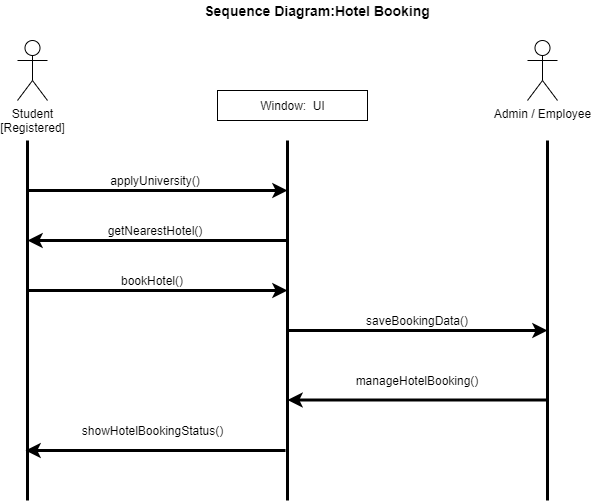
Before: sequence_diagram(Hotel Booking).png, a diagram exported from draw.io (SabiulSabit/UML-Diagram-For-Project). Source tidied: cells renumbered, new cells last; positions are measured from the earlier drawing's top-left corner, leaving out a move shared by most shapes. Source of this version:
```xml
<mxGraphModel>
  <root>
    <mxCell id="0" />
    <mxCell id="1" parent="0" />
    <mxCell id="2" style="endArrow=none;html=1;strokeWidth=3;" parent="1" edge="1">
      <mxGeometry relative="1" as="geometry">
        <mxPoint x="10" y="500" as="sourcePoint" />
        <mxPoint x="10" y="140" as="targetPoint" />
      </mxGeometry>
    </mxCell>
    <mxCell id="3" style="endArrow=none;html=1;strokeWidth=3;" parent="1" edge="1">
      <mxGeometry relative="1" as="geometry">
        <mxPoint x="270" y="500" as="sourcePoint" />
        <mxPoint x="270" y="140" as="targetPoint" />
      </mxGeometry>
    </mxCell>
    <mxCell id="4" style="endArrow=none;html=1;strokeWidth=3;" parent="1" edge="1">
      <mxGeometry relative="1" as="geometry">
        <mxPoint x="530" y="500" as="sourcePoint" />
        <mxPoint x="530" y="140" as="targetPoint" />
      </mxGeometry>
    </mxCell>
    <mxCell id="5" value="Student&lt;br&gt;[Registered]" style="shape=umlActor;verticalLabelPosition=bottom;labelBackgroundColor=#ffffff;verticalAlign=top;html=1;" parent="1" vertex="1">
      <mxGeometry y="40" width="30" height="60" as="geometry" />
    </mxCell>
    <mxCell id="6" style="endArrow=classic;html=1;strokeWidth=3;" parent="1" edge="1">
      <mxGeometry relative="1" as="geometry">
        <mxPoint x="10" y="190" as="sourcePoint" />
        <mxPoint x="270" y="190" as="targetPoint" />
      </mxGeometry>
    </mxCell>
    <mxCell id="7" style="endArrow=classic;html=1;strokeWidth=3;" parent="1" edge="1">
      <mxGeometry relative="1" as="geometry">
        <mxPoint x="270" y="240" as="sourcePoint" />
        <mxPoint x="10" y="240" as="targetPoint" />
      </mxGeometry>
    </mxCell>
    <mxCell id="8" value="getNearestHotel()" style="text;html=1;strokeColor=none;fillColor=none;align=center;verticalAlign=middle;whiteSpace=wrap;rounded=0;" parent="1" vertex="1">
      <mxGeometry x="68" y="220" width="140" height="20" as="geometry" />
    </mxCell>
    <mxCell id="9" value="Admin / Employee" style="shape=umlActor;verticalLabelPosition=bottom;labelBackgroundColor=#ffffff;verticalAlign=top;html=1;" parent="1" vertex="1">
      <mxGeometry x="510" y="40" width="30" height="60" as="geometry" />
    </mxCell>
    <mxCell id="10" style="endArrow=classic;html=1;strokeWidth=3;" parent="1" edge="1">
      <mxGeometry relative="1" as="geometry">
        <mxPoint x="270" y="330" as="sourcePoint" />
        <mxPoint x="530" y="330" as="targetPoint" />
      </mxGeometry>
    </mxCell>
    <mxCell id="11" value="saveBookingData()" style="text;html=1;strokeColor=none;fillColor=none;align=center;verticalAlign=middle;whiteSpace=wrap;rounded=0;" parent="1" vertex="1">
      <mxGeometry x="335" y="310" width="130" height="20" as="geometry" />
    </mxCell>
    <mxCell id="12" value="manageHotelBooking()" style="text;html=1;strokeColor=none;fillColor=none;align=center;verticalAlign=middle;whiteSpace=wrap;rounded=0;" parent="1" vertex="1">
      <mxGeometry x="335" y="370" width="130" height="20" as="geometry" />
    </mxCell>
    <mxCell id="13" style="endArrow=classic;html=1;strokeWidth=3;" parent="1" edge="1">
      <mxGeometry relative="1" as="geometry">
        <mxPoint x="268" y="450" as="sourcePoint" />
        <mxPoint x="8" y="450" as="targetPoint" />
      </mxGeometry>
    </mxCell>
    <mxCell id="14" value="showHotelBookingStatus()" style="text;html=1;strokeColor=none;fillColor=none;align=center;verticalAlign=middle;whiteSpace=wrap;rounded=0;" parent="1" vertex="1">
      <mxGeometry x="63" y="420" width="145" height="20" as="geometry" />
    </mxCell>
    <mxCell id="15" style="rounded=0;whiteSpace=wrap;html=1;" parent="1" vertex="1">
      <mxGeometry x="200" y="90" width="150" height="30" as="geometry" />
    </mxCell>
    <mxCell id="16" value="Window:&amp;nbsp; UI" style="text;html=1;strokeColor=none;fillColor=none;align=center;verticalAlign=middle;whiteSpace=wrap;rounded=0;" parent="1" vertex="1">
      <mxGeometry x="232.5" y="95" width="85" height="20" as="geometry" />
    </mxCell>
    <mxCell id="17" value="&lt;font style=&quot;font-size: 14px&quot;&gt;&lt;b&gt;Sequence Diagram:Hotel Booking&lt;/b&gt;&lt;/font&gt;" style="text;html=1;strokeColor=none;fillColor=none;align=center;verticalAlign=middle;whiteSpace=wrap;rounded=0;" parent="1" vertex="1">
      <mxGeometry x="170" width="260" height="20" as="geometry" />
    </mxCell>
    <mxCell id="18" value="applyUniversity()" style="text;html=1;strokeColor=none;fillColor=none;align=center;verticalAlign=middle;whiteSpace=wrap;rounded=0;" parent="1" vertex="1">
      <mxGeometry x="68" y="170" width="140" height="20" as="geometry" />
    </mxCell>
    <mxCell id="19" style="endArrow=classic;html=1;strokeWidth=3;" parent="1" edge="1">
      <mxGeometry relative="1" as="geometry">
        <mxPoint x="10" y="290" as="sourcePoint" />
        <mxPoint x="270" y="290" as="targetPoint" />
      </mxGeometry>
    </mxCell>
    <mxCell id="20" value="bookHotel()" style="text;html=1;strokeColor=none;fillColor=none;align=center;verticalAlign=middle;whiteSpace=wrap;rounded=0;" parent="1" vertex="1">
      <mxGeometry x="105" y="270" width="60" height="20" as="geometry" />
    </mxCell>
    <mxCell id="21" style="endArrow=classic;html=1;strokeWidth=3;" parent="1" edge="1">
      <mxGeometry relative="1" as="geometry">
        <mxPoint x="530" y="399.5" as="sourcePoint" />
        <mxPoint x="270" y="399.5" as="targetPoint" />
      </mxGeometry>
    </mxCell>
  </root>
</mxGraphModel>
```
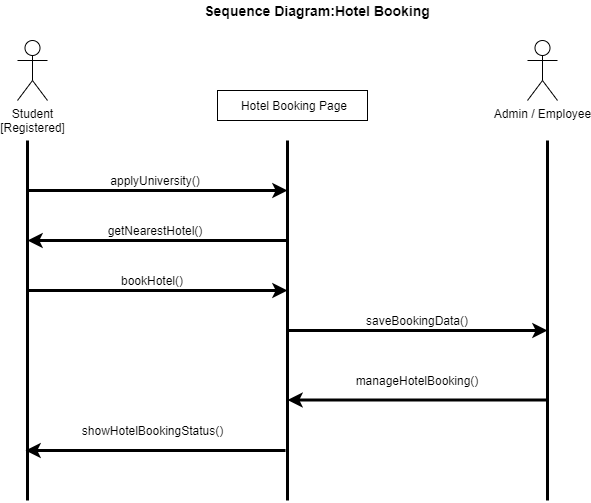
After the commit.

Change to the diagram source:
```diff
@@ -65,8 +65,8 @@
     <mxCell id="15" style="rounded=0;whiteSpace=wrap;html=1;" parent="1" vertex="1">
       <mxGeometry x="200" y="90" width="150" height="30" as="geometry" />
     </mxCell>
-    <mxCell id="16" value="Window:&amp;nbsp; UI" style="text;html=1;strokeColor=none;fillColor=none;align=center;verticalAlign=middle;whiteSpace=wrap;rounded=0;" parent="1" vertex="1">
-      <mxGeometry x="232.5" y="95" width="85" height="20" as="geometry" />
+    <mxCell id="16" value="Hotel Booking Page" style="text;html=1;strokeColor=none;fillColor=none;align=center;verticalAlign=middle;whiteSpace=wrap;rounded=0;" parent="1" vertex="1">
+      <mxGeometry x="217.5" y="95" width="117.5" height="20" as="geometry" />
     </mxCell>
     <mxCell id="17" value="&lt;font style=&quot;font-size: 14px&quot;&gt;&lt;b&gt;Sequence Diagram:Hotel Booking&lt;/b&gt;&lt;/font&gt;" style="text;html=1;strokeColor=none;fillColor=none;align=center;verticalAlign=middle;whiteSpace=wrap;rounded=0;" parent="1" vertex="1">
       <mxGeometry x="170" width="260" height="20" as="geometry" />
```
